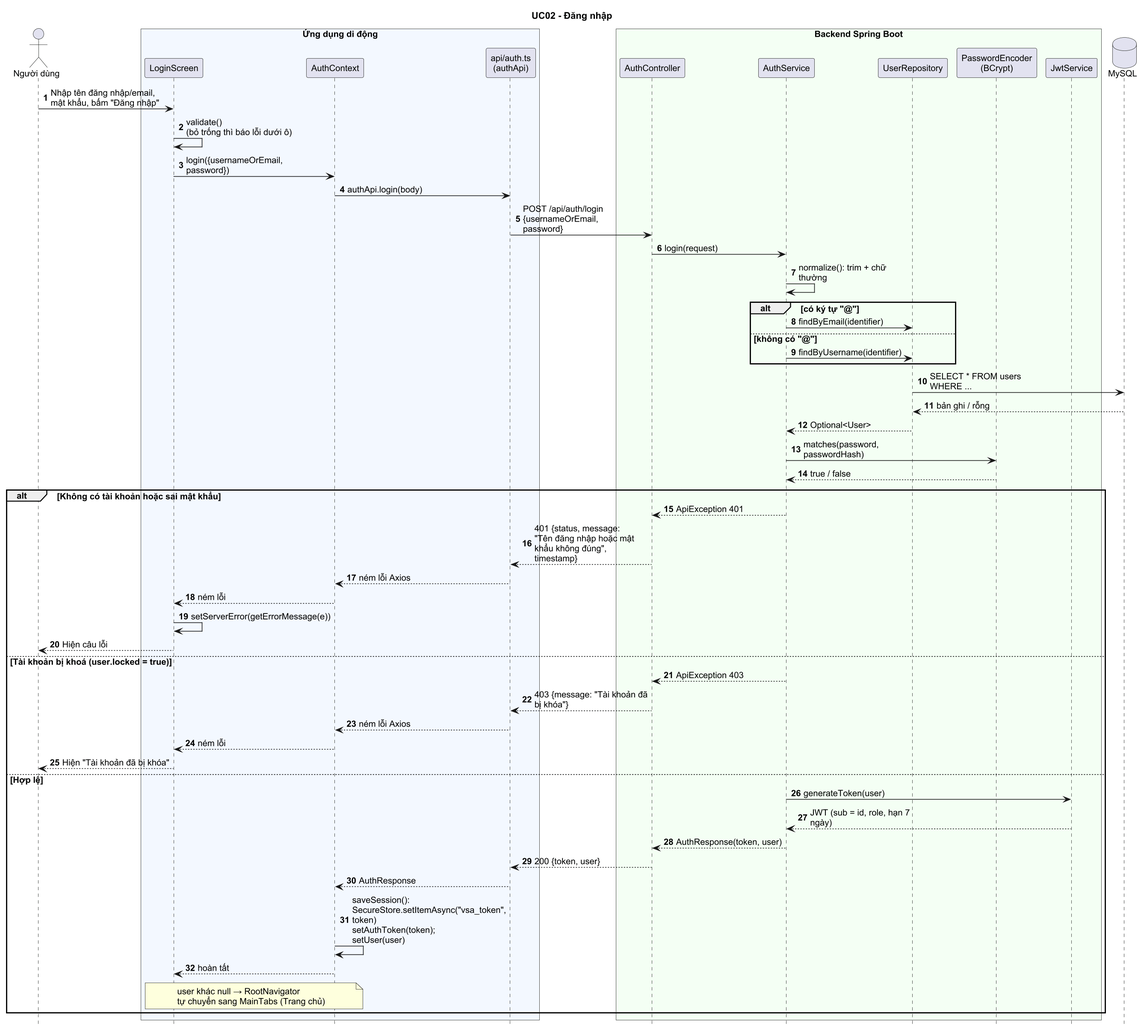
The PlantUML diagram docs/uml/seq_login.png in khanh2925/video-sharing-app, before a commit.
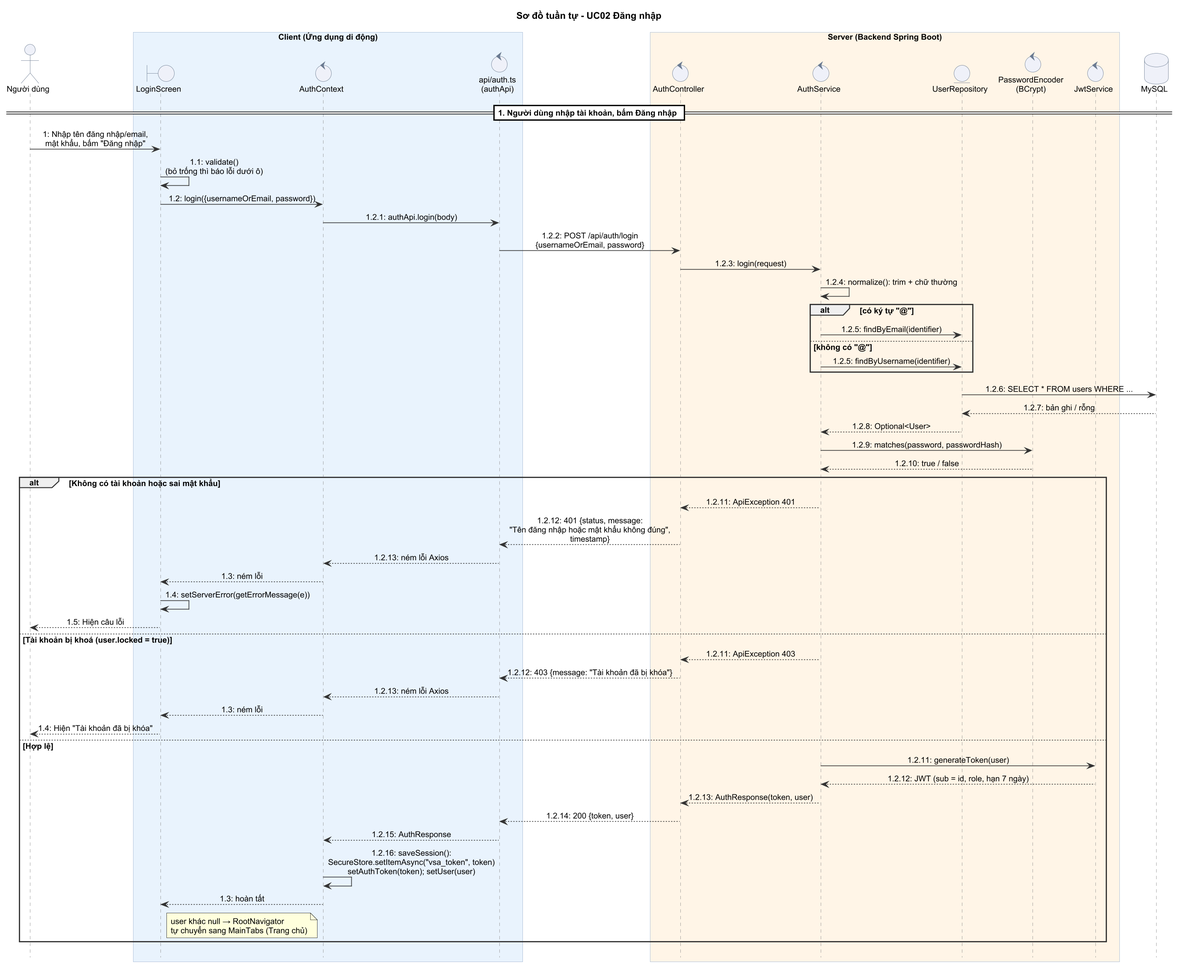
After the commit.

Commit message:
Tài liệu: vẽ lại 5 sơ đồ tuần tự cùng một kiểu

Diff of the diagram source:
```diff
@@ -1,71 +1,93 @@
 @startuml seq_login
 skinparam defaultFontName Arial
-skinparam defaultFontSize 13
+skinparam defaultFontSize 12
 skinparam dpi 150
 skinparam shadowing false
-skinparam sequenceMessageAlign left
-skinparam responseMessageBelowArrow true
-skinparam ParticipantPadding 2
-skinparam BoxPadding 4
-skinparam maxMessageSize 170
+skinparam sequenceMessageAlign center
+skinparam responseMessageBelowArrow false
+skinparam maxMessageSize 260
+skinparam BoxPadding 8
+skinparam ArrowColor #333333
+skinparam sequence {
+  LifeLineBorderColor #8A8A8A
+  ParticipantBackgroundColor #EEF1F8
+  ParticipantBorderColor #6B7A90
+  ActorBackgroundColor #EEF1F8
+  ActorBorderColor #6B7A90
+  BoxBorderColor #9DB4CF
+  DividerBackgroundColor #FFFFFF
+  GroupBorderColor #333333
+}
+skinparam BoundaryBackgroundColor #EEF1F8
+skinparam BoundaryBorderColor #6B7A90
+skinparam ControlBackgroundColor #EEF1F8
+skinparam ControlBorderColor #6B7A90
+skinparam EntityBackgroundColor #EEF1F8
+skinparam EntityBorderColor #6B7A90
+skinparam DatabaseBackgroundColor #EEF1F8
+skinparam DatabaseBorderColor #6B7A90
+skinparam QueueBackgroundColor #EEF1F8
+skinparam QueueBorderColor #6B7A90
+skinparam CollectionsBackgroundColor #EEF1F8
+skinparam CollectionsBorderColor #6B7A90
 hide footbox
-autonumber
-title UC02 - Đăng nhập
+title Sơ đồ tuần tự - UC02 Đăng nhập
 
 actor "Người dùng" as U
-box "Ứng dụng di động" #F3F8FF
-  participant "LoginScreen" as LS
-  participant "AuthContext" as AC
-  participant "api/auth.ts\n(authApi)" as API
+box "Client (Ứng dụng di động)" #E8F2FC
+  boundary "LoginScreen" as LS
+  control "AuthContext" as AC
+  control "api/auth.ts\n(authApi)" as API
 end box
-box "Backend Spring Boot" #F4FFF4
-  participant "AuthController" as CTRL
-  participant "AuthService" as SVC
-  participant "UserRepository" as REPO
-  participant "PasswordEncoder\n(BCrypt)" as PE
-  participant "JwtService" as JWT
+box "Server (Backend Spring Boot)" #FFF5E6
+  control "AuthController" as CTRL
+  control "AuthService" as SVC
+  entity "UserRepository" as REPO
+  control "PasswordEncoder\n(BCrypt)" as PE
+  control "JwtService" as JWT
 end box
 database "MySQL" as DB
 
-U -> LS : Nhập tên đăng nhập/email,\nmật khẩu, bấm "Đăng nhập"
-LS -> LS : validate()\n(bỏ trống thì báo lỗi dưới ô)
-LS -> AC : login({usernameOrEmail, password})
-AC -> API : authApi.login(body)
-API -> CTRL : POST /api/auth/login\n{usernameOrEmail, password}
-CTRL -> SVC : login(request)
-SVC -> SVC : normalize(): trim + chữ thường
+== 1. Người dùng nhập tài khoản, bấm Đăng nhập ==
+U -> LS : 1: Nhập tên đăng nhập/email,\nmật khẩu, bấm "Đăng nhập"
+LS -> LS : 1.1: validate()\n(bỏ trống thì báo lỗi dưới ô)
+LS -> AC : 1.2: login({usernameOrEmail, password})
+AC -> API : 1.2.1: authApi.login(body)
+API -> CTRL : 1.2.2: POST /api/auth/login\n{usernameOrEmail, password}
+CTRL -> SVC : 1.2.3: login(request)
+SVC -> SVC : 1.2.4: normalize(): trim + chữ thường
 alt có ký tự "@"
-  SVC -> REPO : findByEmail(identifier)
+  SVC -> REPO : 1.2.5: findByEmail(identifier)
 else không có "@"
-  SVC -> REPO : findByUsername(identifier)
+  SVC -> REPO : 1.2.5: findByUsername(identifier)
 end
-REPO -> DB : SELECT * FROM users WHERE ...
-DB --> REPO : bản ghi / rỗng
-REPO --> SVC : Optional<User>
-SVC -> PE : matches(password, passwordHash)
-PE --> SVC : true / false
+REPO -> DB : 1.2.6: SELECT * FROM users WHERE ...
+DB --> REPO : 1.2.7: bản ghi / rỗng
+REPO --> SVC : 1.2.8: Optional<User>
+SVC -> PE : 1.2.9: matches(password, passwordHash)
+PE --> SVC : 1.2.10: true / false
 
 alt Không có tài khoản hoặc sai mật khẩu
-  SVC --> CTRL : ApiException 401
-  CTRL --> API : 401 {status, message:\n"Tên đăng nhập hoặc mật khẩu không đúng", timestamp}
-  API --> AC : ném lỗi Axios
-  AC --> LS : ném lỗi
-  LS -> LS : setServerError(getErrorMessage(e))
-  LS --> U : Hiện câu lỗi
+  SVC --> CTRL : 1.2.11: ApiException 401
+  CTRL --> API : 1.2.12: 401 {status, message:\n"Tên đăng nhập hoặc mật khẩu không đúng", timestamp}
+  API --> AC : 1.2.13: ném lỗi Axios
+  AC --> LS : 1.3: ném lỗi
+  LS -> LS : 1.4: setServerError(getErrorMessage(e))
+  LS --> U : 1.5: Hiện câu lỗi
 else Tài khoản bị khoá (user.locked = true)
-  SVC --> CTRL : ApiException 403
-  CTRL --> API : 403 {message: "Tài khoản đã bị khóa"}
-  API --> AC : ném lỗi Axios
-  AC --> LS : ném lỗi
-  LS --> U : Hiện "Tài khoản đã bị khóa"
+  SVC --> CTRL : 1.2.11: ApiException 403
+  CTRL --> API : 1.2.12: 403 {message: "Tài khoản đã bị khóa"}
+  API --> AC : 1.2.13: ném lỗi Axios
+  AC --> LS : 1.3: ném lỗi
+  LS --> U : 1.4: Hiện "Tài khoản đã bị khóa"
 else Hợp lệ
-  SVC -> JWT : generateToken(user)
-  JWT --> SVC : JWT (sub = id, role, hạn 7 ngày)
-  SVC --> CTRL : AuthResponse(token, user)
-  CTRL --> API : 200 {token, user}
-  API --> AC : AuthResponse
-  AC -> AC : saveSession():\nSecureStore.setItemAsync("vsa_token", token)\nsetAuthToken(token); setUser(user)
-  AC --> LS : hoàn tất
+  SVC -> JWT : 1.2.11: generateToken(user)
+  JWT --> SVC : 1.2.12: JWT (sub = id, role, hạn 7 ngày)
+  SVC --> CTRL : 1.2.13: AuthResponse(token, user)
+  CTRL --> API : 1.2.14: 200 {token, user}
+  API --> AC : 1.2.15: AuthResponse
+  AC -> AC : 1.2.16: saveSession():\nSecureStore.setItemAsync("vsa_token", token)\nsetAuthToken(token); setUser(user)
+  AC --> LS : 1.3: hoàn tất
   note over AC, LS
     user khác null → RootNavigator
     tự chuyển sang MainTabs (Trang chủ)
```
